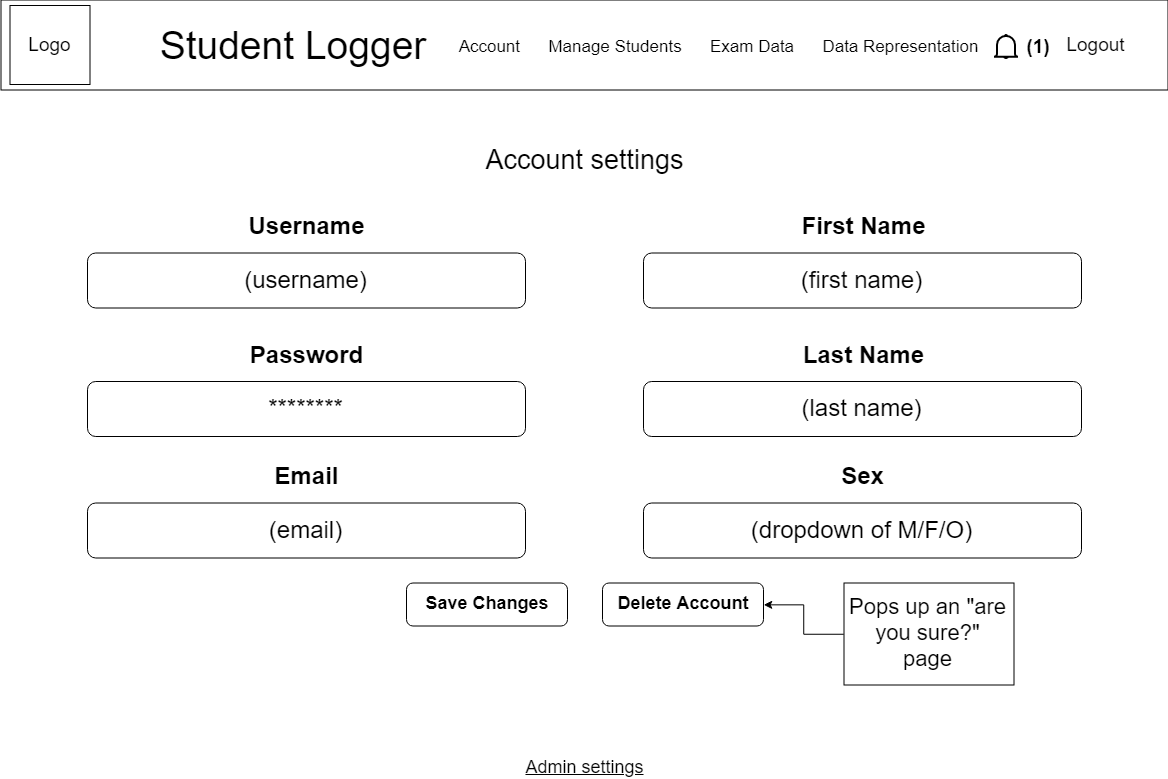
Before: diagrams/images/Account page.png, a diagram exported from draw.io (SheriffEllis/StudentLogger). Source tidied: cells renumbered, new cells last; positions are measured from the earlier drawing's top-left corner, leaving out a move shared by most shapes.
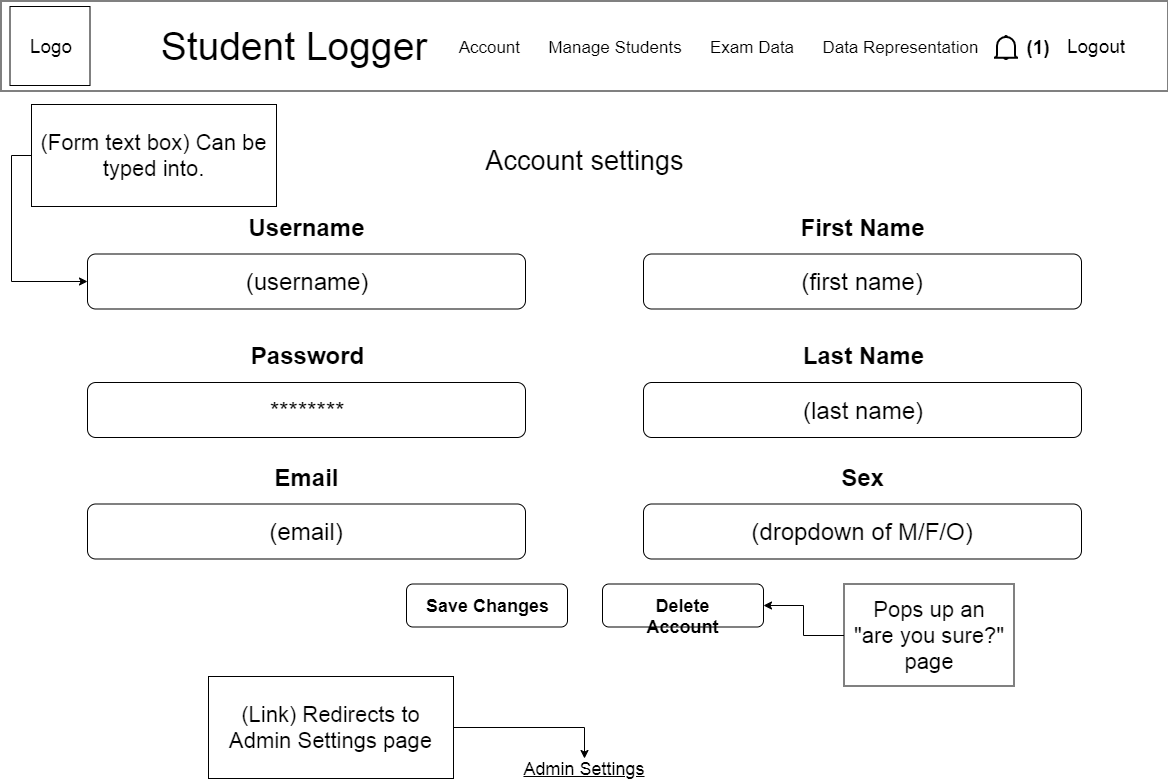
After the change.

The edit, as a diff of the source:
```diff
@@ -17,7 +17,7 @@
     <mxCell id="6" value="Save Changes" style="rounded=1;whiteSpace=wrap;html=1;fontSize=18;fontStyle=1;" parent="1" vertex="1">
       <mxGeometry x="406" y="582.5" width="161" height="43" as="geometry" />
     </mxCell>
-    <mxCell id="7" value="Admin settings" style="text;html=1;strokeColor=none;fillColor=none;align=center;verticalAlign=middle;whiteSpace=wrap;rounded=0;fontSize=18;fontStyle=4;" parent="1" vertex="1">
+    <mxCell id="7" value="Admin Settings" style="text;html=1;strokeColor=none;fillColor=none;align=center;verticalAlign=middle;whiteSpace=wrap;rounded=0;fontSize=18;fontStyle=4;" parent="1" vertex="1">
       <mxGeometry x="457" y="757" width="254" height="20" as="geometry" />
     </mxCell>
     <mxCell id="8" value="Username" style="text;html=1;strokeColor=none;fillColor=none;align=center;verticalAlign=middle;whiteSpace=wrap;rounded=0;fontSize=24;fontStyle=1;" parent="1" vertex="1">
@@ -77,5 +77,17 @@
     <mxCell id="26" value="Sex" style="text;html=1;strokeColor=none;fillColor=none;align=center;verticalAlign=middle;whiteSpace=wrap;rounded=0;fontSize=24;fontStyle=1;" parent="1" vertex="1">
       <mxGeometry x="744" y="448.5" width="237" height="54" as="geometry" />
     </mxCell>
+    <mxCell id="27" style="edgeStyle=orthogonalEdgeStyle;rounded=0;jettySize=auto;html=1;exitX=1;exitY=0.5;exitDx=0;exitDy=0;entryX=0.5;entryY=0;entryDx=0;entryDy=0;" parent="1" edge="1" source="28" target="7">
+      <mxGeometry relative="1" as="geometry" />
+    </mxCell>
+    <mxCell id="28" value="(Link) Redirects to Admin Settings page" style="rounded=0;whiteSpace=wrap;html=1;fontSize=22;spacingLeft=5;spacingRight=5;" parent="1" vertex="1">
+      <mxGeometry x="208" y="675" width="245" height="102" as="geometry" />
+    </mxCell>
+    <mxCell id="29" style="edgeStyle=orthogonalEdgeStyle;rounded=0;jettySize=auto;html=1;exitX=0;exitY=0.5;exitDx=0;exitDy=0;entryX=0;entryY=0.5;entryDx=0;entryDy=0;" parent="1" edge="1" source="30" target="3">
+      <mxGeometry relative="1" as="geometry" />
+    </mxCell>
+    <mxCell id="30" value="(Form text box) Can be typed into." style="rounded=0;whiteSpace=wrap;html=1;fontSize=22;spacingLeft=5;spacingRight=5;" parent="1" vertex="1">
+      <mxGeometry x="31" y="103" width="245" height="102" as="geometry" />
+    </mxCell>
   </root>
 </mxGraphModel>
```
